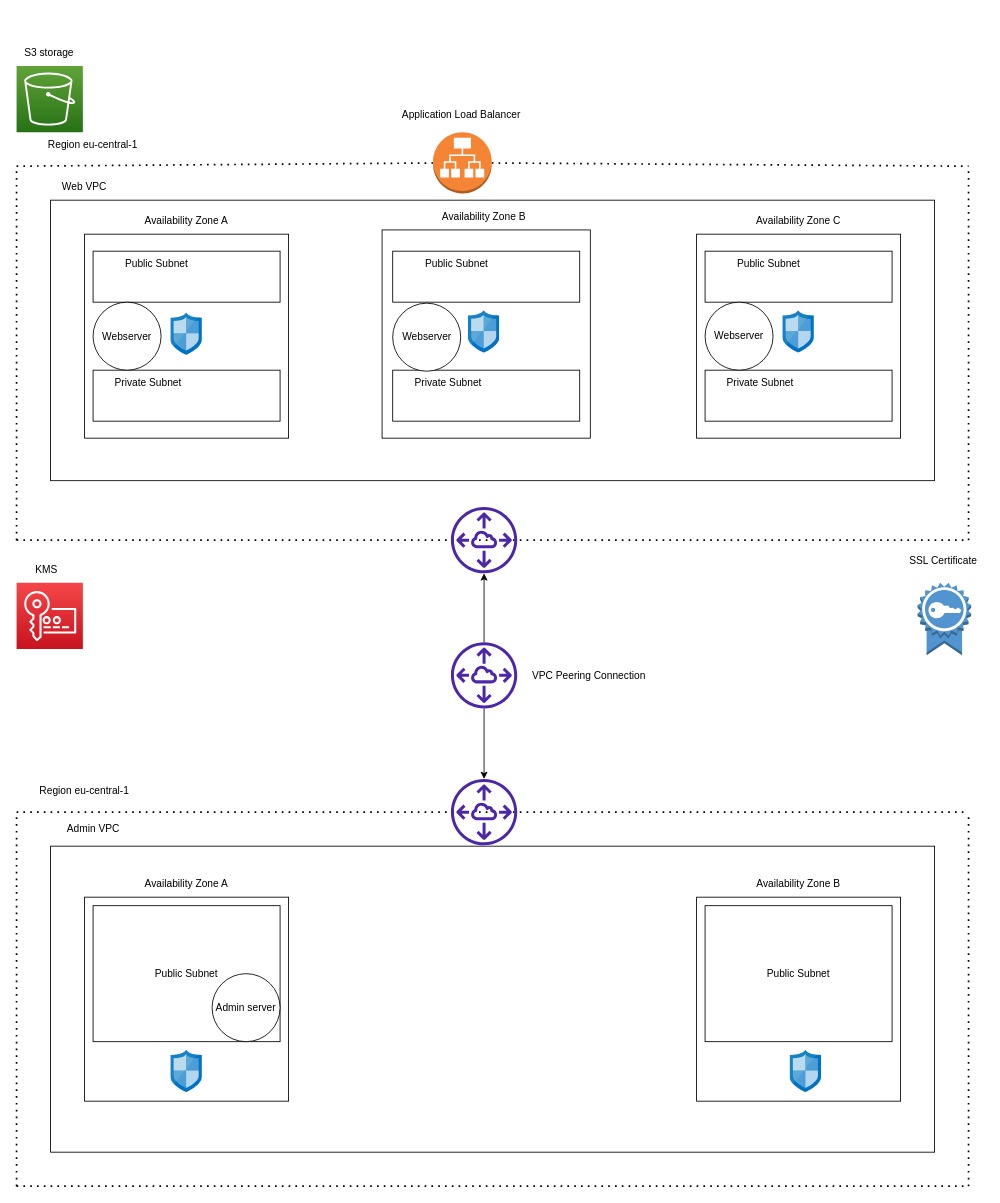
Above: 00_includes/Diagram zonder titel.drawio in Techgrounds-Cloud-9/cloud-9-Ephraim52 (draw.io), before the change. Source tidied: cells renumbered, new cells numbered last; positions are measured from the earlier drawing's top-left corner, leaving out a move shared by most shapes. Both pictures are drawn from the tidied source at 85%, with x=0, y=0 at pixel (14, 40).
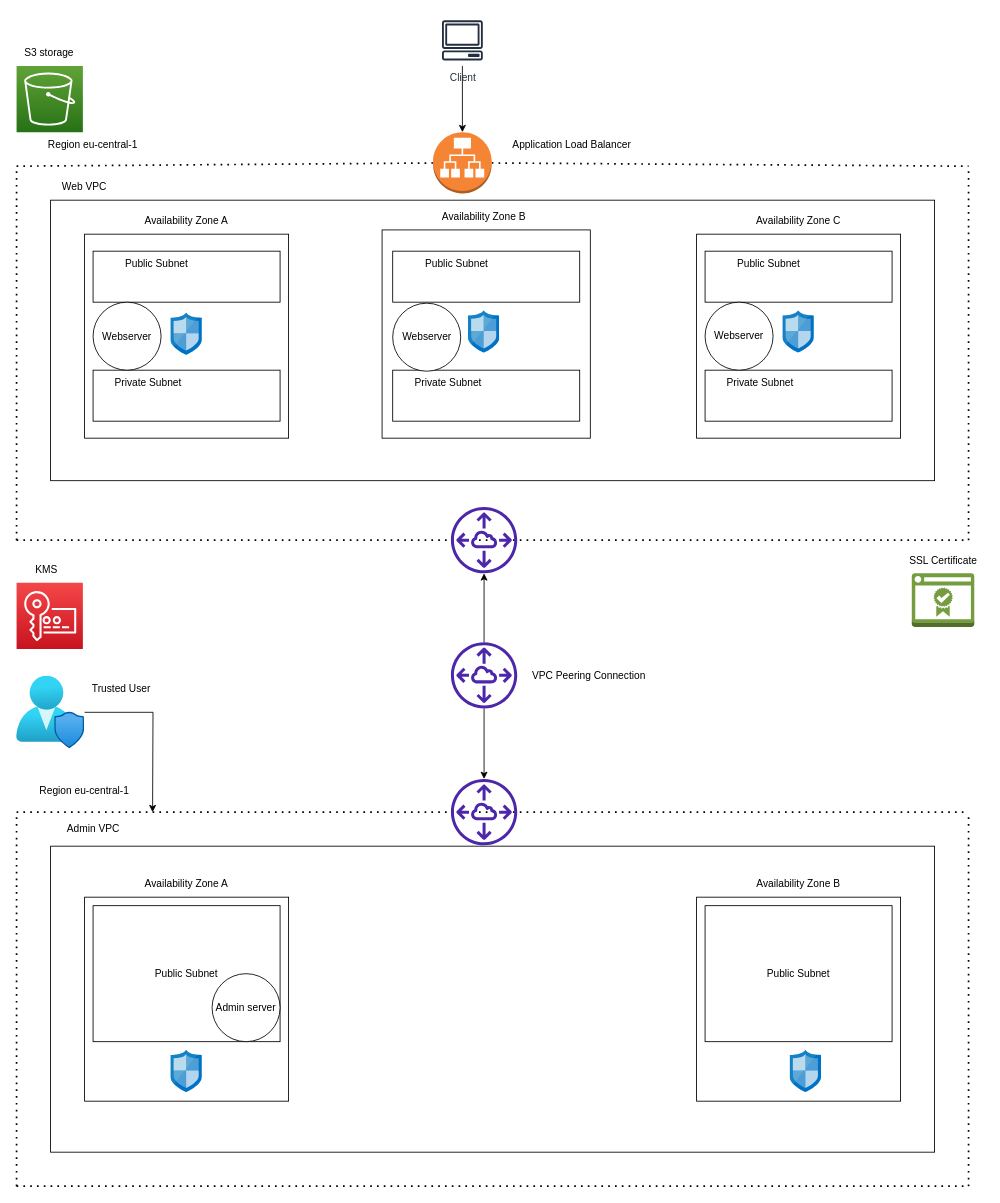
The same page after the edit.

The change refers to these unchanged cells:
```xml
<mxCell id="61" style="outlineConnect=0;dashed=0;verticalLabelPosition=bottom;verticalAlign=top;align=center;html=1;shape=mxgraph.aws3.application_load_balancer;fillColor=#F58534;gradientColor=none;" parent="1" vertex="1">
  <mxGeometry x="492" y="108" width="69" height="72" as="geometry" />
</mxCell>
```

What changed in the source:
```diff
@@
     <mxCell id="63" value="Application Load Balancer" style="text;html=1;align=center;verticalAlign=middle;strokeColor=none;fillColor=none;" parent="1" vertex="1">
-      <mxGeometry x="444.5" y="73" width="160" height="30" as="geometry" />
+      <mxGeometry x="574.5" y="108" width="160" height="30" as="geometry" />
     </mxCell>
-    <mxCell id="64" style="dashed=0;verticalLabelPosition=bottom;verticalAlign=top;align=center;html=1;shape=mxgraph.aws3.certificate;fillColor=#5294CF;gradientColor=none;" parent="1" vertex="1">
-      <mxGeometry x="1062" y="638" width="63" height="85.5" as="geometry" />
-    </mxCell>
@@
+    <mxCell id="66" style="dashed=0;verticalLabelPosition=bottom;verticalAlign=top;align=center;html=1;shape=mxgraph.aws3.certificate_manager_2;fillColor=#759C3E;gradientColor=none;" parent="1" vertex="1">
+      <mxGeometry x="1055.2" y="627" width="73.5" height="63" as="geometry" />
+    </mxCell>
+    <mxCell id="67" style="edgeStyle=orthogonalEdgeStyle;rounded=0;jettySize=auto;html=1;entryX=0.5;entryY=0;entryDx=0;entryDy=0;entryPerimeter=0;" parent="1" edge="1" source="68" target="61">
+      <mxGeometry relative="1" as="geometry" />
+    </mxCell>
+    <mxCell id="68" value="Client" style="sketch=0;outlineConnect=0;fontColor=#232F3E;gradientColor=none;strokeColor=#232F3E;fillColor=#ffffff;dashed=0;verticalLabelPosition=bottom;verticalAlign=top;align=center;html=1;fontSize=12;fontStyle=0;shape=mxgraph.aws4.resourceIcon;resIcon=mxgraph.aws4.client;" parent="1" vertex="1">
+      <mxGeometry x="496.5" y="-30" width="60" height="60" as="geometry" />
+    </mxCell>
+    <mxCell id="69" style="edgeStyle=orthogonalEdgeStyle;rounded=0;jettySize=auto;html=1;" parent="1" edge="1" source="70">
+      <mxGeometry relative="1" as="geometry">
+        <mxPoint x="162" y="908" as="targetPoint" />
+      </mxGeometry>
+    </mxCell>
+    <mxCell id="70" style="html=1;points=[];align=center;image;fontSize=12;image=img/lib/azure2/management_governance/User_Privacy.svg;" parent="1" vertex="1">
+      <mxGeometry x="2" y="748" width="80" height="85" as="geometry" />
+    </mxCell>
+    <mxCell id="71" value="Trusted User" style="text;html=1;align=center;verticalAlign=middle;strokeColor=none;fillColor=none;" parent="1" vertex="1">
+      <mxGeometry x="80" y="748" width="90" height="30" as="geometry" />
+    </mxCell>
```
